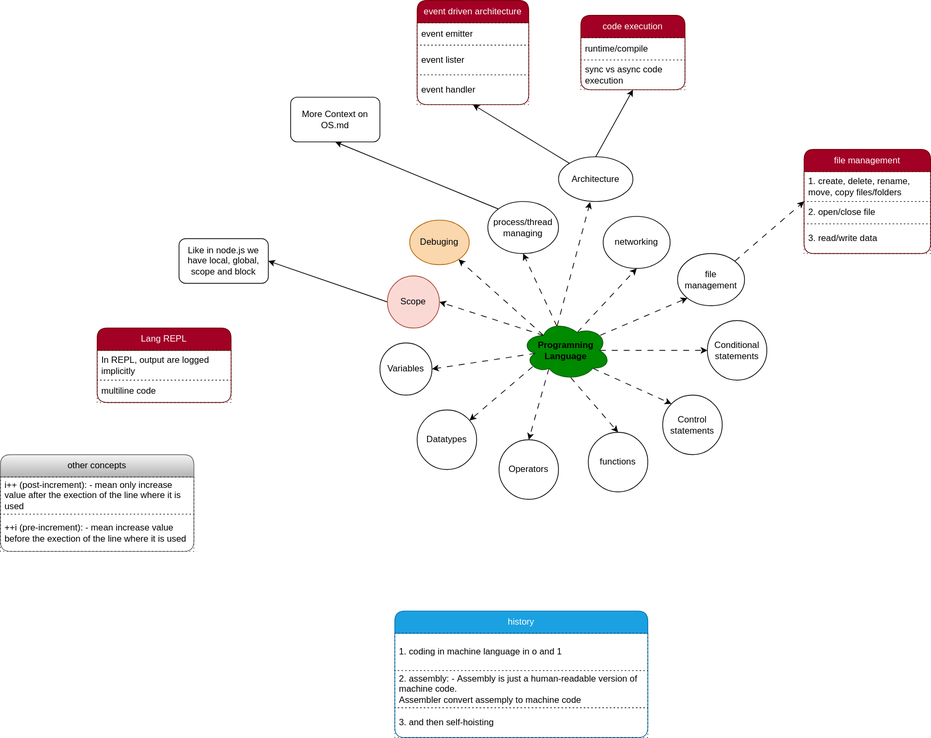
Above: programming-langs/pl.svg in knpvt5/Programming-Concepts (draw.io), before the change. Source tidied: cells renumbered, new cells last; positions are measured from the earlier drawing's top-left corner, leaving out a move shared by most shapes. The source it was exported from:
```xml
<mxGraphModel background="#ffffff">
  <root>
    <mxCell id="0" />
    <mxCell id="1" parent="0" />
    <mxCell id="2" value="Variables" style="ellipse;whiteSpace=wrap;html=1;fillColor=light-dark(#FFFFFF,#FF6666);strokeColor=light-dark(#000000,#FF3333);" parent="1" vertex="1">
      <mxGeometry x="510" y="460" width="70" height="70" as="geometry" />
    </mxCell>
    <mxCell id="3" style="edgeStyle=none;html=1;exitX=0;exitY=0.5;exitDx=0;exitDy=0;entryX=1;entryY=0.5;entryDx=0;entryDy=0;" parent="1" edge="1" source="4" target="54">
      <mxGeometry relative="1" as="geometry" />
    </mxCell>
    <mxCell id="4" value="Scope" style="ellipse;whiteSpace=wrap;html=1;fillColor=#fad9d5;strokeColor=#ae4132;" parent="1" vertex="1">
      <mxGeometry x="520" y="370" width="70" height="70" as="geometry" />
    </mxCell>
    <mxCell id="5" style="edgeStyle=none;html=1;exitX=0.16;exitY=0.55;exitDx=0;exitDy=0;exitPerimeter=0;entryX=1;entryY=0.5;entryDx=0;entryDy=0;flowAnimation=1;" parent="1" edge="1" source="15" target="2">
      <mxGeometry relative="1" as="geometry" />
    </mxCell>
    <mxCell id="6" style="edgeStyle=none;html=1;exitX=0.13;exitY=0.77;exitDx=0;exitDy=0;exitPerimeter=0;flowAnimation=1;" parent="1" edge="1" source="15" target="16">
      <mxGeometry relative="1" as="geometry" />
    </mxCell>
    <mxCell id="7" style="edgeStyle=none;html=1;exitX=0.8;exitY=0.8;exitDx=0;exitDy=0;exitPerimeter=0;entryX=0;entryY=0;entryDx=0;entryDy=0;flowAnimation=1;" parent="1" edge="1" source="15" target="19">
      <mxGeometry relative="1" as="geometry" />
    </mxCell>
    <mxCell id="8" style="edgeStyle=none;html=1;exitX=0.875;exitY=0.5;exitDx=0;exitDy=0;exitPerimeter=0;entryX=0;entryY=0.5;entryDx=0;entryDy=0;flowAnimation=1;" parent="1" edge="1" source="15" target="20">
      <mxGeometry relative="1" as="geometry" />
    </mxCell>
    <mxCell id="9" style="edgeStyle=none;html=1;exitX=0.625;exitY=0.2;exitDx=0;exitDy=0;exitPerimeter=0;entryX=0.5;entryY=1;entryDx=0;entryDy=0;flowAnimation=1;" parent="1" edge="1" source="15" target="23">
      <mxGeometry relative="1" as="geometry" />
    </mxCell>
    <mxCell id="10" style="edgeStyle=none;html=1;exitX=0.31;exitY=0.8;exitDx=0;exitDy=0;exitPerimeter=0;entryX=0.5;entryY=0;entryDx=0;entryDy=0;flowAnimation=1;" parent="1" edge="1" source="15" target="17">
      <mxGeometry relative="1" as="geometry" />
    </mxCell>
    <mxCell id="11" style="edgeStyle=none;html=1;exitX=0.25;exitY=0.25;exitDx=0;exitDy=0;exitPerimeter=0;entryX=1;entryY=0.5;entryDx=0;entryDy=0;flowAnimation=1;" parent="1" edge="1" source="15" target="4">
      <mxGeometry relative="1" as="geometry" />
    </mxCell>
    <mxCell id="12" style="edgeStyle=none;html=1;exitX=0.4;exitY=0.1;exitDx=0;exitDy=0;exitPerimeter=0;entryX=0.5;entryY=1;entryDx=0;entryDy=0;flowAnimation=1;" parent="1" edge="1" source="15" target="25">
      <mxGeometry relative="1" as="geometry" />
    </mxCell>
    <mxCell id="13" style="edgeStyle=none;html=1;exitX=0.25;exitY=0.25;exitDx=0;exitDy=0;exitPerimeter=0;flowAnimation=1;" parent="1" edge="1" source="15" target="28">
      <mxGeometry relative="1" as="geometry" />
    </mxCell>
    <mxCell id="14" style="edgeStyle=none;html=1;exitX=0.4;exitY=0.1;exitDx=0;exitDy=0;exitPerimeter=0;entryX=0.425;entryY=1.015;entryDx=0;entryDy=0;entryPerimeter=0;flowAnimation=1;" parent="1" edge="1" source="15" target="31">
      <mxGeometry relative="1" as="geometry" />
    </mxCell>
    <mxCell id="15" value="&lt;b&gt;&lt;font style=&quot;color: light-dark(rgb(0, 0, 0), rgb(0, 0, 0));&quot;&gt;Programning&lt;/font&gt;&lt;/b&gt;&lt;div&gt;&lt;font style=&quot;&quot;&gt;&lt;b style=&quot;&quot;&gt;&lt;font style=&quot;color: light-dark(rgb(0, 0, 0), rgb(0, 0, 0));&quot;&gt;Language&lt;/font&gt;&lt;/b&gt;&lt;/font&gt;&lt;/div&gt;" style="ellipse;shape=cloud;whiteSpace=wrap;html=1;fillColor=#008a00;fontColor=#ffffff;strokeColor=#005700;" parent="1" vertex="1">
      <mxGeometry x="700" y="430" width="120" height="80" as="geometry" />
    </mxCell>
    <mxCell id="16" value="&lt;font style=&quot;color: light-dark(rgb(0, 0, 0), rgb(0, 0, 0));&quot;&gt;Datatypes&lt;/font&gt;" style="ellipse;whiteSpace=wrap;html=1;fillColor=light-dark(#FFFFFF,#FFB366);strokeColor=light-dark(#000000,#FF9933);" parent="1" vertex="1">
      <mxGeometry x="560" y="550" width="80" height="80" as="geometry" />
    </mxCell>
    <mxCell id="17" value="&lt;font style=&quot;color: light-dark(rgb(0, 0, 0), rgb(0, 0, 0));&quot;&gt;Operators&lt;/font&gt;" style="ellipse;whiteSpace=wrap;html=1;fillColor=light-dark(#FFFFFF,#FFFF66);strokeColor=light-dark(#000000,#FFFF33);" parent="1" vertex="1">
      <mxGeometry x="670" y="590" width="80" height="80" as="geometry" />
    </mxCell>
    <mxCell id="18" value="&lt;font style=&quot;color: light-dark(rgb(0, 0, 0), rgb(0, 0, 0));&quot;&gt;functions&lt;/font&gt;" style="ellipse;whiteSpace=wrap;html=1;fillColor=light-dark(#FFFFFF,#B3FF66);strokeColor=light-dark(#000000,#33FF33);" parent="1" vertex="1">
      <mxGeometry x="790" y="580" width="80" height="80" as="geometry" />
    </mxCell>
    <mxCell id="19" value="&lt;font style=&quot;color: light-dark(rgb(0, 0, 0), rgb(0, 0, 0));&quot;&gt;Control&lt;/font&gt;&lt;div&gt;&lt;font style=&quot;color: light-dark(rgb(0, 0, 0), rgb(0, 0, 0));&quot;&gt;statements&lt;/font&gt;&lt;/div&gt;" style="ellipse;whiteSpace=wrap;html=1;fillColor=light-dark(#FFFFFF,#66FFB3);strokeColor=light-dark(#000000,#66FFFF);" parent="1" vertex="1">
      <mxGeometry x="890" y="530" width="80" height="80" as="geometry" />
    </mxCell>
    <mxCell id="20" value="&lt;font style=&quot;color: light-dark(rgb(0, 0, 0), rgb(0, 0, 0));&quot;&gt;Conditional&lt;/font&gt;&lt;div&gt;&lt;font style=&quot;color: light-dark(rgb(0, 0, 0), rgb(0, 0, 0));&quot;&gt;statements&lt;/font&gt;&lt;/div&gt;" style="ellipse;whiteSpace=wrap;html=1;fillColor=light-dark(#FFFFFF,#66FFFF);strokeColor=light-dark(#000000,#33FFFF);" parent="1" vertex="1">
      <mxGeometry x="950" y="430" width="80" height="80" as="geometry" />
    </mxCell>
    <mxCell id="21" style="edgeStyle=none;html=1;exitX=1;exitY=0;exitDx=0;exitDy=0;entryX=0;entryY=0.5;entryDx=0;entryDy=0;flowAnimation=1;" parent="1" edge="1" source="22" target="45">
      <mxGeometry relative="1" as="geometry" />
    </mxCell>
    <mxCell id="22" value="&lt;font style=&quot;color: light-dark(rgb(0, 0, 0), rgb(0, 0, 0));&quot;&gt;file&lt;/font&gt;&lt;div&gt;&lt;font style=&quot;color: light-dark(rgb(0, 0, 0), rgb(0, 0, 0));&quot;&gt;management&lt;/font&gt;&lt;/div&gt;" style="ellipse;whiteSpace=wrap;html=1;fillColor=light-dark(#FFFFFF,#66B2FF);strokeColor=light-dark(#000000,#3399FF);" parent="1" vertex="1">
      <mxGeometry x="910" y="340" width="90" height="70" as="geometry" />
    </mxCell>
    <mxCell id="23" value="&lt;font style=&quot;color: light-dark(rgb(0, 0, 0), rgb(0, 0, 0));&quot;&gt;networking&lt;/font&gt;" style="ellipse;whiteSpace=wrap;html=1;fillColor=light-dark(#FFFFFF,#B266FF);strokeColor=light-dark(#000000,#9933FF);" parent="1" vertex="1">
      <mxGeometry x="810" y="290" width="90" height="70" as="geometry" />
    </mxCell>
    <mxCell id="24" style="edgeStyle=none;html=1;exitX=0;exitY=0;exitDx=0;exitDy=0;entryX=0.5;entryY=1;entryDx=0;entryDy=0;" parent="1" edge="1" source="25" target="53">
      <mxGeometry relative="1" as="geometry" />
    </mxCell>
    <mxCell id="25" value="&lt;font style=&quot;color: light-dark(rgb(0, 0, 0), rgb(0, 0, 0));&quot;&gt;process/thread&lt;/font&gt;&lt;div&gt;&lt;font style=&quot;color: light-dark(rgb(0, 0, 0), rgb(0, 0, 0));&quot;&gt;managing&lt;/font&gt;&lt;/div&gt;" style="ellipse;whiteSpace=wrap;html=1;fillColor=light-dark(#FFFFFF,#FF66B3);strokeColor=light-dark(#000000,#FF33FF);" parent="1" vertex="1">
      <mxGeometry x="655" y="270" width="95" height="70" as="geometry" />
    </mxCell>
    <mxCell id="26" style="html=1;exitX=0.55;exitY=0.95;exitDx=0;exitDy=0;exitPerimeter=0;entryX=0.5;entryY=0;entryDx=0;entryDy=0;flowAnimation=1;" parent="1" edge="1" source="15" target="18">
      <mxGeometry relative="1" as="geometry" />
    </mxCell>
    <mxCell id="27" style="edgeStyle=none;html=1;exitX=0.88;exitY=0.25;exitDx=0;exitDy=0;exitPerimeter=0;entryX=0;entryY=1;entryDx=0;entryDy=0;flowAnimation=1;" parent="1" edge="1" source="15" target="22">
      <mxGeometry relative="1" as="geometry" />
    </mxCell>
    <mxCell id="28" value="Debuging" style="ellipse;whiteSpace=wrap;html=1;fillColor=#fad7ac;strokeColor=#b46504;" parent="1" vertex="1">
      <mxGeometry x="550" y="295" width="80" height="60" as="geometry" />
    </mxCell>
    <mxCell id="29" style="edgeStyle=none;html=1;exitX=0.5;exitY=0;exitDx=0;exitDy=0;entryX=0.5;entryY=1;entryDx=0;entryDy=0;" parent="1" edge="1" source="31" target="32">
      <mxGeometry relative="1" as="geometry" />
    </mxCell>
    <mxCell id="30" style="edgeStyle=none;html=1;exitX=0;exitY=0;exitDx=0;exitDy=0;entryX=0.5;entryY=1;entryDx=0;entryDy=0;" parent="1" edge="1" source="31" target="49">
      <mxGeometry relative="1" as="geometry" />
    </mxCell>
    <mxCell id="31" value="&lt;font style=&quot;color: light-dark(rgb(0, 0, 0), rgb(0, 0, 0));&quot;&gt;Architecture&lt;/font&gt;" style="ellipse;whiteSpace=wrap;html=1;fillColor=light-dark(#FFFFFF,#FF66FF);" parent="1" vertex="1">
      <mxGeometry x="750" y="210" width="100" height="60" as="geometry" />
    </mxCell>
    <mxCell id="32" value="code execution" style="swimlane;fontStyle=0;horizontal=1;startSize=30;whiteSpace=wrap;html=1;rounded=1;fillColor=#a20025;fontColor=#ffffff;strokeColor=#6F0000;" parent="1" vertex="1">
      <mxGeometry x="780" y="20" width="140" height="100" as="geometry" />
    </mxCell>
    <mxCell id="33" value="runtime/compile" style="text;strokeColor=default;fillColor=none;align=left;verticalAlign=middle;spacingLeft=4;spacingRight=4;overflow=hidden;whiteSpace=wrap;html=1;dashed=1;dashPattern=1 4;" parent="32" vertex="1">
      <mxGeometry y="30" width="140" height="30" as="geometry" />
    </mxCell>
    <mxCell id="34" value="sync vs async code execution" style="text;strokeColor=default;fillColor=none;align=left;verticalAlign=middle;spacingLeft=4;spacingRight=4;overflow=hidden;whiteSpace=wrap;html=1;dashed=1;dashPattern=1 4;" parent="32" vertex="1">
      <mxGeometry y="60" width="140" height="40" as="geometry" />
    </mxCell>
    <mxCell id="35" value="Lang REPL" style="swimlane;fontStyle=0;horizontal=1;startSize=30;whiteSpace=wrap;html=1;rounded=1;fillColor=#a20025;fontColor=#ffffff;strokeColor=#6F0000;" parent="1" vertex="1">
      <mxGeometry x="130" y="440" width="180" height="100" as="geometry" />
    </mxCell>
    <mxCell id="36" value="In REPL, output are logged implicitly" style="text;strokeColor=default;fillColor=none;align=left;verticalAlign=middle;spacingLeft=4;spacingRight=4;overflow=hidden;whiteSpace=wrap;html=1;dashed=1;dashPattern=1 4;" parent="35" vertex="1">
      <mxGeometry y="30" width="180" height="40" as="geometry" />
    </mxCell>
    <mxCell id="37" value="multiline code" style="text;strokeColor=default;fillColor=none;align=left;verticalAlign=middle;spacingLeft=4;spacingRight=4;overflow=hidden;whiteSpace=wrap;html=1;dashed=1;dashPattern=1 4;" parent="35" vertex="1">
      <mxGeometry y="70" width="180" height="30" as="geometry" />
    </mxCell>
    <mxCell id="38" value="other concepts" style="swimlane;fontStyle=0;horizontal=1;startSize=30;whiteSpace=wrap;html=1;rounded=1;fillColor=#f5f5f5;strokeColor=#666666;gradientColor=#b3b3b3;" parent="1" vertex="1">
      <mxGeometry y="610" width="260" height="130" as="geometry" />
    </mxCell>
    <mxCell id="39" value="i++ (post-increment): - mean only increase value after the exection of the line where it is used" style="text;strokeColor=default;fillColor=none;align=left;verticalAlign=middle;spacingLeft=4;spacingRight=4;overflow=hidden;whiteSpace=wrap;html=1;dashed=1;dashPattern=1 4;" parent="38" vertex="1">
      <mxGeometry y="30" width="260" height="50" as="geometry" />
    </mxCell>
    <mxCell id="40" value="++i (pre-increment): - mean increase value before the exection of the line where it is used" style="text;strokeColor=default;fillColor=none;align=left;verticalAlign=middle;spacingLeft=4;spacingRight=4;overflow=hidden;whiteSpace=wrap;html=1;dashed=1;dashPattern=1 4;" parent="38" vertex="1">
      <mxGeometry y="80" width="260" height="50" as="geometry" />
    </mxCell>
    <mxCell id="41" value="history" style="swimlane;fontStyle=0;horizontal=1;startSize=30;whiteSpace=wrap;html=1;rounded=1;fillColor=#1ba1e2;strokeColor=#006EAF;fontColor=#ffffff;" parent="1" vertex="1">
      <mxGeometry x="530" y="820" width="340" height="170" as="geometry" />
    </mxCell>
    <mxCell id="42" value="1. coding in machine language in o and 1" style="text;strokeColor=default;fillColor=none;align=left;verticalAlign=middle;spacingLeft=4;spacingRight=4;overflow=hidden;whiteSpace=wrap;html=1;dashed=1;dashPattern=1 4;" parent="41" vertex="1">
      <mxGeometry y="30" width="340" height="50" as="geometry" />
    </mxCell>
    <mxCell id="43" value="&lt;font style=&quot;color: light-dark(rgb(0, 0, 0), rgb(255, 255, 255));&quot;&gt;2. assembly: -&amp;nbsp;Assembly is just a human-readable version of machine code.&lt;/font&gt;&lt;div&gt;&lt;font style=&quot;color: light-dark(rgb(0, 0, 0), rgb(255, 255, 255));&quot;&gt;Assembler convert assemply to machine code&lt;/font&gt;&lt;/div&gt;" style="text;strokeColor=default;fillColor=none;align=left;verticalAlign=middle;spacingLeft=4;spacingRight=4;overflow=hidden;whiteSpace=wrap;html=1;dashed=1;dashPattern=1 4;" parent="41" vertex="1">
      <mxGeometry y="80" width="340" height="50" as="geometry" />
    </mxCell>
    <mxCell id="44" value="3. and then self-hoisting" style="text;strokeColor=default;fillColor=none;align=left;verticalAlign=middle;spacingLeft=4;spacingRight=4;overflow=hidden;whiteSpace=wrap;html=1;dashed=1;dashPattern=1 4;" parent="41" vertex="1">
      <mxGeometry y="130" width="340" height="40" as="geometry" />
    </mxCell>
    <mxCell id="45" value="file management" style="swimlane;fontStyle=0;horizontal=1;startSize=30;whiteSpace=wrap;html=1;rounded=1;fillColor=#a20025;fontColor=#ffffff;strokeColor=#6F0000;" parent="1" vertex="1">
      <mxGeometry x="1080" y="200" width="170" height="140" as="geometry" />
    </mxCell>
    <mxCell id="46" value="1. create, delete, rename, move, copy files/folders" style="text;strokeColor=default;fillColor=none;align=left;verticalAlign=middle;spacingLeft=4;spacingRight=4;overflow=hidden;whiteSpace=wrap;html=1;dashed=1;dashPattern=1 4;" parent="45" vertex="1">
      <mxGeometry y="30" width="170" height="40" as="geometry" />
    </mxCell>
    <mxCell id="47" value="2. open/close file" style="text;strokeColor=default;fillColor=none;align=left;verticalAlign=middle;spacingLeft=4;spacingRight=4;overflow=hidden;whiteSpace=wrap;html=1;dashed=1;dashPattern=1 4;" parent="45" vertex="1">
      <mxGeometry y="70" width="170" height="30" as="geometry" />
    </mxCell>
    <mxCell id="48" value="3. read/write data" style="text;strokeColor=default;fillColor=none;align=left;verticalAlign=middle;spacingLeft=4;spacingRight=4;overflow=hidden;whiteSpace=wrap;html=1;dashed=1;dashPattern=1 4;" parent="45" vertex="1">
      <mxGeometry y="100" width="170" height="40" as="geometry" />
    </mxCell>
    <mxCell id="49" value="event driven architecture" style="swimlane;fontStyle=0;horizontal=1;startSize=30;whiteSpace=wrap;html=1;rounded=1;fillColor=#a20025;fontColor=#ffffff;strokeColor=#6F0000;" parent="1" vertex="1">
      <mxGeometry x="560" width="150" height="140" as="geometry" />
    </mxCell>
    <mxCell id="50" value="event emitter" style="text;strokeColor=default;fillColor=none;align=left;verticalAlign=middle;spacingLeft=4;spacingRight=4;overflow=hidden;whiteSpace=wrap;html=1;dashed=1;dashPattern=1 4;" parent="49" vertex="1">
      <mxGeometry y="30" width="150" height="30" as="geometry" />
    </mxCell>
    <mxCell id="51" value="event lister" style="text;strokeColor=default;fillColor=none;align=left;verticalAlign=middle;spacingLeft=4;spacingRight=4;overflow=hidden;whiteSpace=wrap;html=1;dashed=1;dashPattern=1 4;" parent="49" vertex="1">
      <mxGeometry y="60" width="150" height="40" as="geometry" />
    </mxCell>
    <mxCell id="52" value="event handler" style="text;strokeColor=default;fillColor=none;align=left;verticalAlign=middle;spacingLeft=4;spacingRight=4;overflow=hidden;whiteSpace=wrap;html=1;dashed=1;dashPattern=1 4;" parent="49" vertex="1">
      <mxGeometry y="100" width="150" height="40" as="geometry" />
    </mxCell>
    <mxCell id="53" value="More Context on OS.md" style="rounded=1;whiteSpace=wrap;html=1;" parent="1" vertex="1">
      <mxGeometry x="390" y="130" width="120" height="60" as="geometry" />
    </mxCell>
    <mxCell id="54" value="Like in node.js we have local, global, scope and block" style="rounded=1;whiteSpace=wrap;html=1;" parent="1" vertex="1">
      <mxGeometry x="240" y="320" width="120" height="60" as="geometry" />
    </mxCell>
  </root>
</mxGraphModel>
```
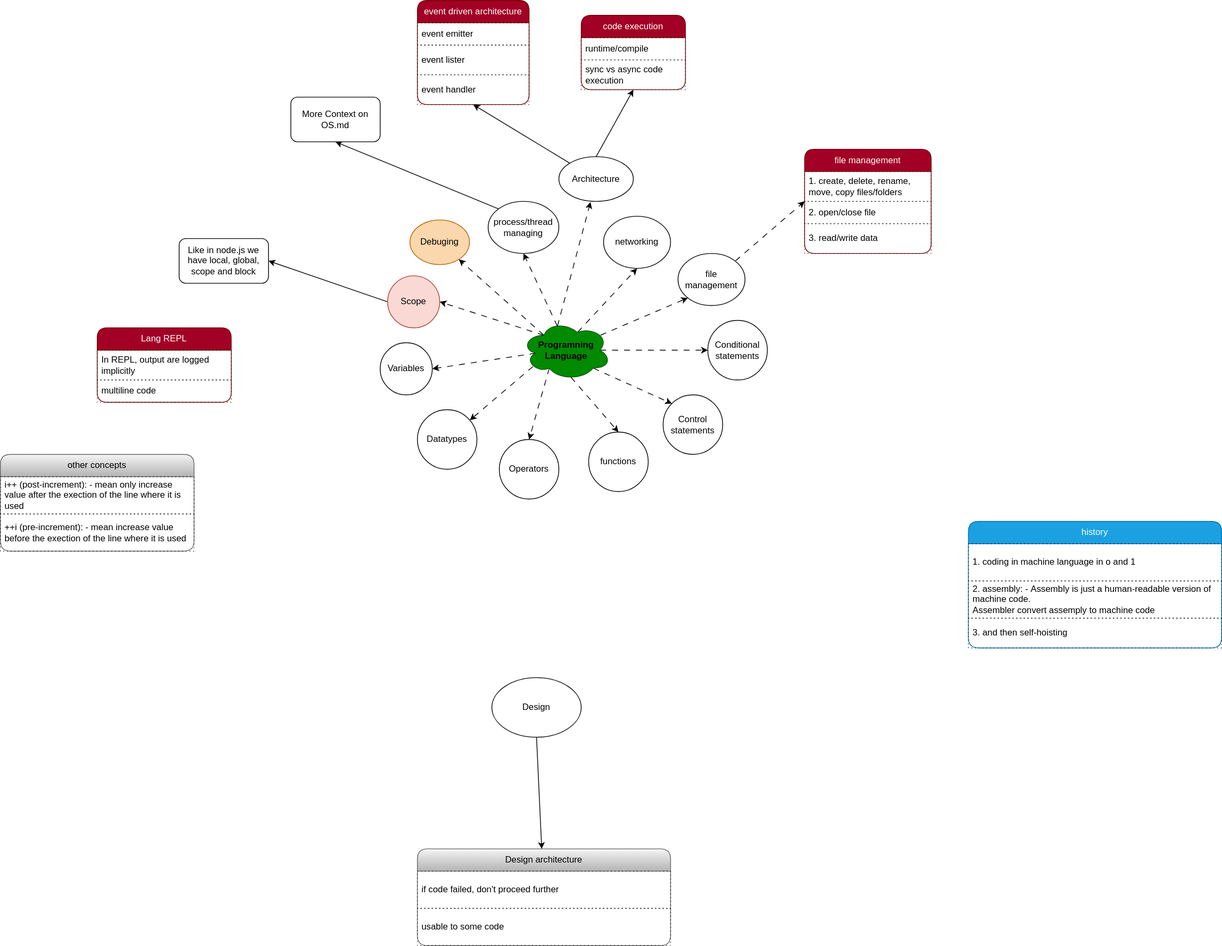
After the commit.

The edit, as a diff of the source:
```diff
@@ -119,8 +119,17 @@
     <mxCell id="40" value="++i (pre-increment): - mean increase value before the exection of the line where it is used" style="text;strokeColor=default;fillColor=none;align=left;verticalAlign=middle;spacingLeft=4;spacingRight=4;overflow=hidden;whiteSpace=wrap;html=1;dashed=1;dashPattern=1 4;" parent="38" vertex="1">
       <mxGeometry y="80" width="260" height="50" as="geometry" />
     </mxCell>
+    <mxCell id="55" value="Design architecture" style="swimlane;fontStyle=0;horizontal=1;startSize=30;whiteSpace=wrap;html=1;rounded=1;fillColor=#f5f5f5;strokeColor=#666666;gradientColor=#b3b3b3;" parent="1" vertex="1">
+      <mxGeometry x="560" y="1140" width="340" height="130" as="geometry" />
+    </mxCell>
+    <mxCell id="56" value="if code failed, don't proceed further" style="text;strokeColor=default;fillColor=none;align=left;verticalAlign=middle;spacingLeft=4;spacingRight=4;overflow=hidden;whiteSpace=wrap;html=1;dashed=1;dashPattern=1 4;" parent="55" vertex="1">
+      <mxGeometry y="30" width="340" height="50" as="geometry" />
+    </mxCell>
+    <mxCell id="57" value="usable to some code" style="text;strokeColor=default;fillColor=none;align=left;verticalAlign=middle;spacingLeft=4;spacingRight=4;overflow=hidden;whiteSpace=wrap;html=1;dashed=1;dashPattern=1 4;" parent="55" vertex="1">
+      <mxGeometry y="80" width="340" height="50" as="geometry" />
+    </mxCell>
     <mxCell id="41" value="history" style="swimlane;fontStyle=0;horizontal=1;startSize=30;whiteSpace=wrap;html=1;rounded=1;fillColor=#1ba1e2;strokeColor=#006EAF;fontColor=#ffffff;" parent="1" vertex="1">
-      <mxGeometry x="530" y="820" width="340" height="170" as="geometry" />
+      <mxGeometry x="1300" y="700" width="340" height="170" as="geometry" />
     </mxCell>
     <mxCell id="42" value="1. coding in machine language in o and 1" style="text;strokeColor=default;fillColor=none;align=left;verticalAlign=middle;spacingLeft=4;spacingRight=4;overflow=hidden;whiteSpace=wrap;html=1;dashed=1;dashPattern=1 4;" parent="41" vertex="1">
       <mxGeometry y="30" width="340" height="50" as="geometry" />
@@ -161,5 +170,11 @@
     <mxCell id="54" value="Like in node.js we have local, global, scope and block" style="rounded=1;whiteSpace=wrap;html=1;" parent="1" vertex="1">
       <mxGeometry x="240" y="320" width="120" height="60" as="geometry" />
     </mxCell>
+    <mxCell id="58" style="edgeStyle=none;html=1;exitX=0.5;exitY=1;exitDx=0;exitDy=0;" parent="1" edge="1" source="59" target="55">
+      <mxGeometry relative="1" as="geometry" />
+    </mxCell>
+    <mxCell id="59" value="Design" style="ellipse;whiteSpace=wrap;html=1;" parent="1" vertex="1">
+      <mxGeometry x="660" y="910" width="120" height="80" as="geometry" />
+    </mxCell>
   </root>
 </mxGraphModel>
```
